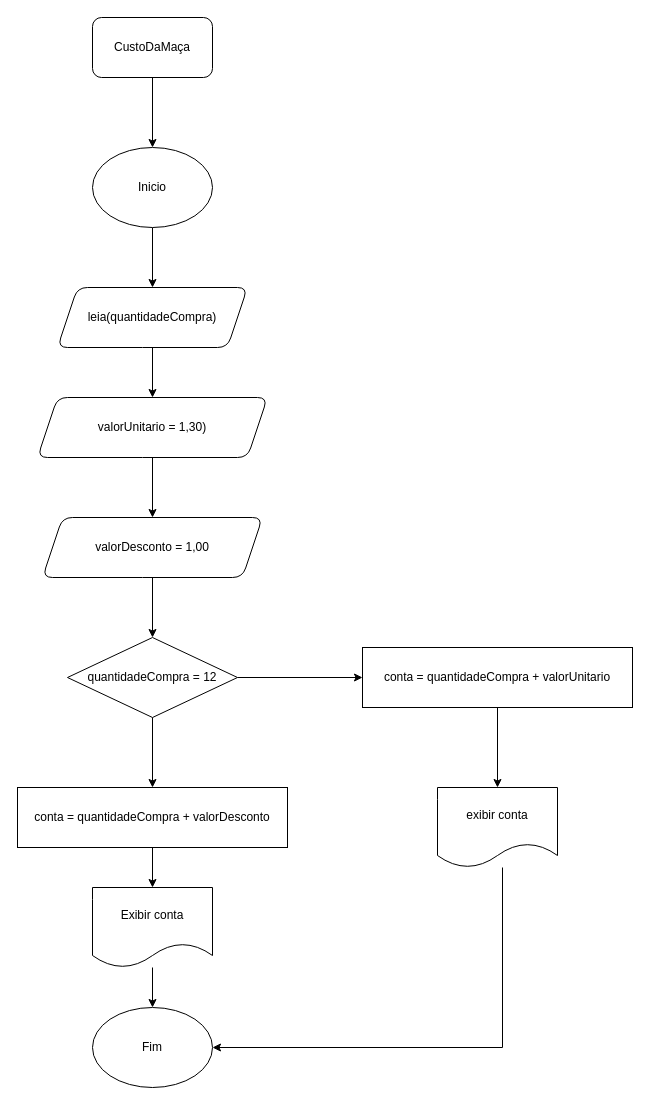
The draw.io diagram CustoDaMaça.drawio in Rafael7360/Diagramas, before the edit. Source tidied: cells renumbered, new cells numbered last; positions are measured from the earlier drawing's top-left corner, leaving out a move shared by most shapes. Both pictures are drawn from the tidied source at 100%, with x=0, y=0 at pixel (17, 17).
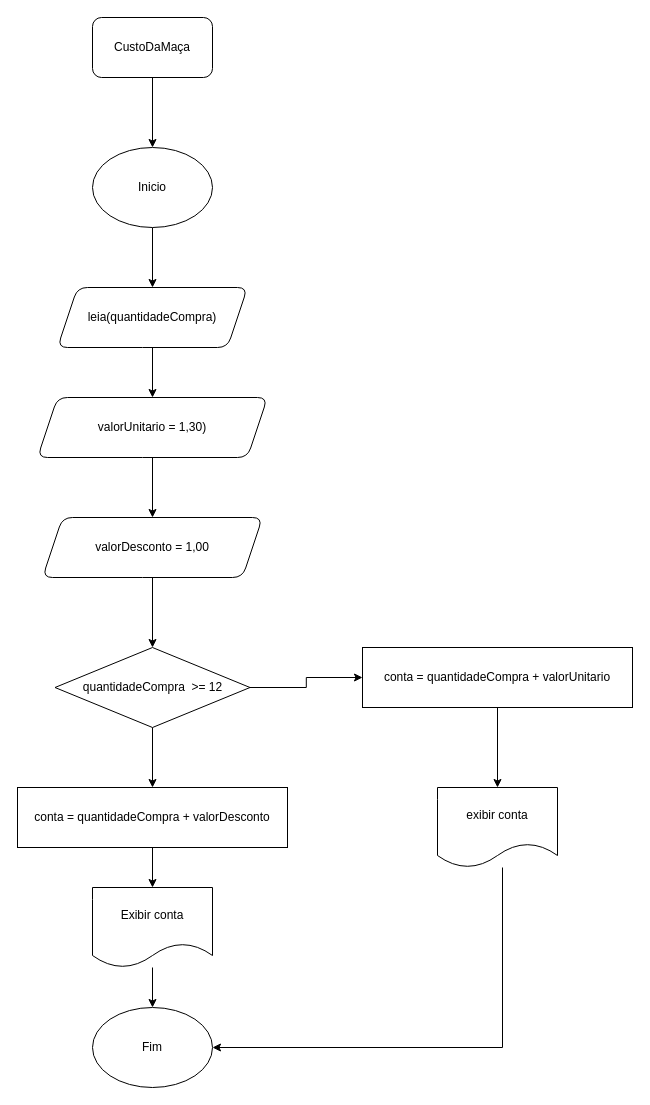
Above is the later version.

Change to the diagram source:
```diff
@@
-    <mxCell id="14" value="quantidadeCompra = 12" style="rhombus;whiteSpace=wrap;html=1;" parent="1" vertex="1">
-      <mxGeometry x="50" y="620" width="170" height="80" as="geometry" />
+    <mxCell id="14" value="quantidadeCompra&amp;nbsp; &amp;gt;= 12" style="rhombus;whiteSpace=wrap;html=1;" parent="1" vertex="1">
+      <mxGeometry x="37.5" y="630" width="195" height="80" as="geometry" />
     </mxCell>
```
